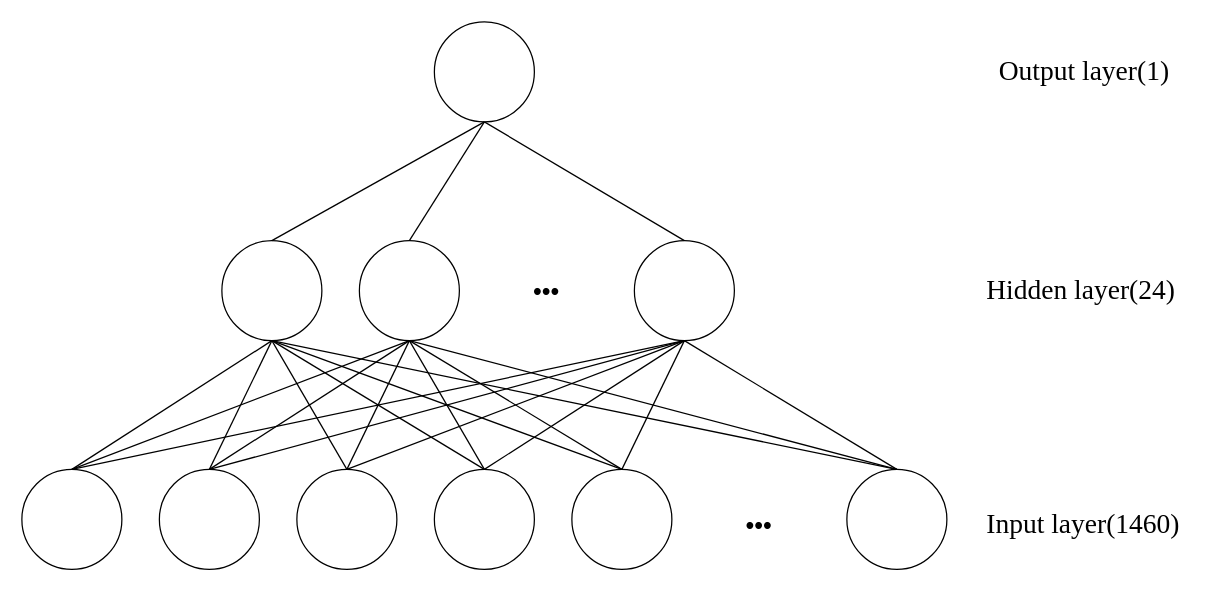
The draw.io diagram 2025/10/09/房价预测/未命名绘图.drawio in MinigolferCN/MinigolferCN.github.io, before the edit. Source tidied: cells renumbered, new cells numbered last; positions are measured from the earlier drawing's top-left corner, leaving out a move shared by most shapes. Both pictures are drawn from the tidied source at 125%, with x=0, y=0 at pixel (21, 21).
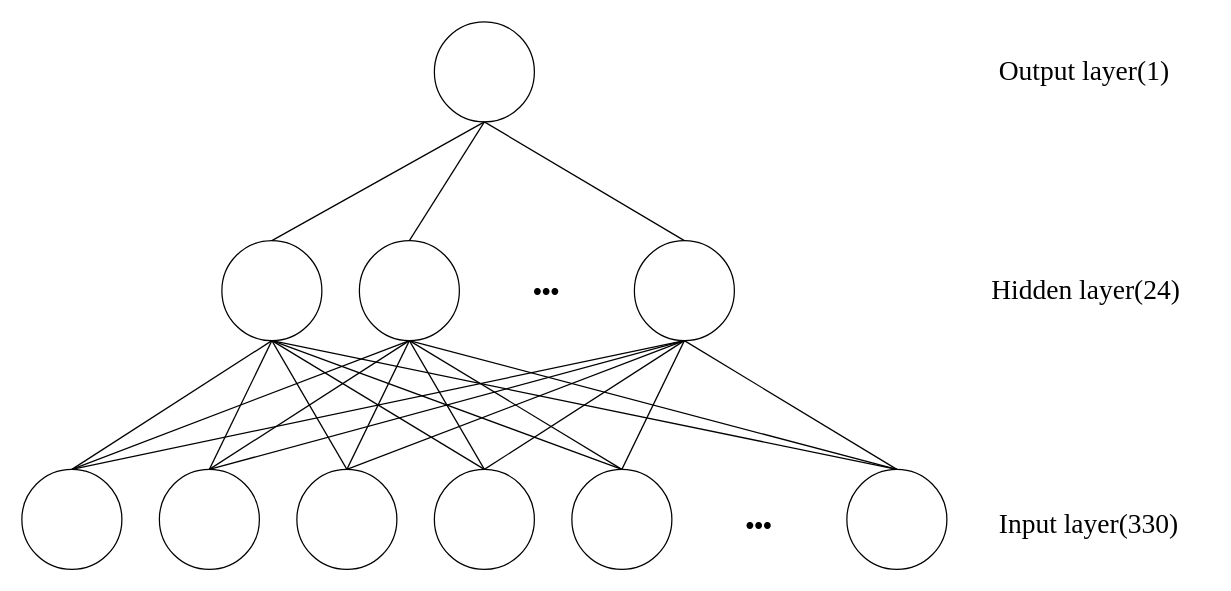
After the change.

Change to the diagram source:
```diff
@@
-    <mxCell id="29" value="&lt;font style=&quot;font-size: 22px;&quot;&gt;Input layer(1460)&lt;/font&gt;" style="text;html=1;align=left;verticalAlign=middle;whiteSpace=wrap;rounded=0;fontFamily=Times New Roman;" parent="1" vertex="1">
-      <mxGeometry x="770" y="387" width="170" height="30" as="geometry" />
+    <mxCell id="29" value="&lt;font style=&quot;font-size: 22px;&quot;&gt;Input layer(330)&lt;/font&gt;" style="text;html=1;align=left;verticalAlign=middle;whiteSpace=wrap;rounded=0;fontFamily=Times New Roman;" parent="1" vertex="1">
+      <mxGeometry x="780" y="387" width="170" height="30" as="geometry" />
     </mxCell>
     <mxCell id="30" value="&lt;font style=&quot;font-size: 22px;&quot;&gt;Hidden layer(24)&lt;/font&gt;" style="text;html=1;align=left;verticalAlign=middle;whiteSpace=wrap;rounded=0;fontFamily=Times New Roman;" parent="1" vertex="1">
-      <mxGeometry x="770" y="200" width="170" height="30" as="geometry" />
+      <mxGeometry x="774" y="200" width="170" height="30" as="geometry" />
     </mxCell>
```
